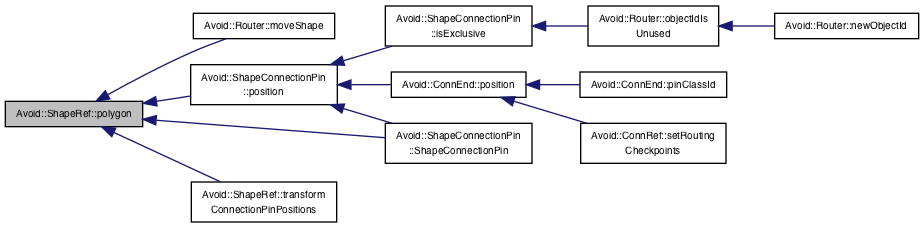
This is documentation/classAvoid_1_1ShapeRef_aa0a5e8382c7674933e09207bc6e47564_icgraph.png from mjwybrow/adaptagrams, a Graphviz export, as it was before one commit. Its source is kept beside it as documentation/classAvoid_1_1ShapeRef_aa0a5e8382c7674933e09207bc6e47564_icgraph.dot.
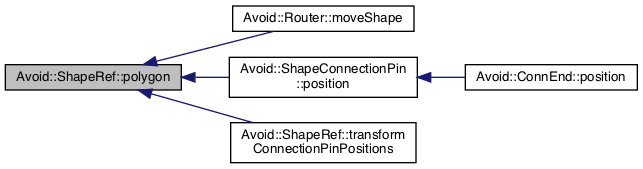
After the commit.

What changed in the source:
```diff
@@ -3,26 +3,13 @@
   edge [fontname="Helvetica",fontsize="10",labelfontname="Helvetica",labelfontsize="10"];
   node [fontname="Helvetica",fontsize="10",shape=record];
   rankdir="LR";
-  Node6 [label="Avoid::ShapeRef::polygon",height=0.2,width=0.4,color="black", fillcolor="grey75", style="filled", fontcolor="black"];
-  Node6 -> Node7 [dir="back",color="midnightblue",fontsize="10",style="solid",fontname="Helvetica"];
-  Node7 [label="Avoid::Router::moveShape",height=0.2,width=0.4,color="black", fillcolor="white", style="filled",URL="$classAvoid_1_1Router.html#ac171735c187b3e0ea8f03fda4424fd4f",tooltip="Move an existing shape within the router scene by a relative distance. "];
-  Node6 -> Node8 [dir="back",color="midnightblue",fontsize="10",style="solid",fontname="Helvetica"];
-  Node8 [label="Avoid::ShapeConnectionPin\l::position",height=0.2,width=0.4,color="black", fillcolor="white", style="filled",URL="$classAvoid_1_1ShapeConnectionPin.html#a68fb685af93fee972b116334b0d314fa",tooltip="Returns the position of this connection pin. "];
-  Node8 -> Node9 [dir="back",color="midnightblue",fontsize="10",style="solid",fontname="Helvetica"];
-  Node9 [label="Avoid::ShapeConnectionPin\l::isExclusive",height=0.2,width=0.4,color="black", fillcolor="white", style="filled",URL="$classAvoid_1_1ShapeConnectionPin.html#adac2cb72fa0d78dd8cb77b292519bd6c",tooltip="Returns whether the connection pin is exclusive, i.e., only one connector can attach to it..."];
-  Node9 -> Node10 [dir="back",color="midnightblue",fontsize="10",style="solid",fontname="Helvetica"];
-  Node10 [label="Avoid::Router::objectIdIs\lUnused",height=0.2,width=0.4,color="black", fillcolor="white", style="filled",URL="$classAvoid_1_1Router.html#a8f36729c98e13e57d2c56c0d1facf86c",tooltip="Returns whether or not the given ID is already used. "];
-  Node10 -> Node11 [dir="back",color="midnightblue",fontsize="10",style="solid",fontname="Helvetica"];
-  Node11 [label="Avoid::Router::newObjectId",height=0.2,width=0.4,color="black", fillcolor="white", style="filled",URL="$classAvoid_1_1Router.html#a202c28fcb04f7af2183fe6849b4ce2f3",tooltip="Returns the object ID used for automatically generated objects, such as during hyperedge routing..."];
-  Node8 -> Node12 [dir="back",color="midnightblue",fontsize="10",style="solid",fontname="Helvetica"];
-  Node12 [label="Avoid::ConnEnd::position",height=0.2,width=0.4,color="black", fillcolor="white", style="filled",URL="$classAvoid_1_1ConnEnd.html#a351619dda450b525bedec4667edee9d7",tooltip="Returns the position of this connector endpoint. "];
-  Node12 -> Node13 [dir="back",color="midnightblue",fontsize="10",style="solid",fontname="Helvetica"];
-  Node13 [label="Avoid::ConnEnd::pinClassId",height=0.2,width=0.4,color="black", fillcolor="white", style="filled",URL="$classAvoid_1_1ConnEnd.html#a31f741b5d8a86e0a8c4803475c674e8b",tooltip="Returns the pin class ID for a ConnEnd attached to a shape. "];
-  Node12 -> Node14 [dir="back",color="midnightblue",fontsize="10",style="solid",fontname="Helvetica"];
-  Node14 [label="Avoid::ConnRef::setRouting\lCheckpoints",height=0.2,width=0.4,color="black", fillcolor="white", style="filled",URL="$classAvoid_1_1ConnRef.html#a7fc22448cc52a1b060f62bcc00d1bb93",tooltip="Allows the user to specify a set of checkpoints that this connector will route via. "];
-  Node8 -> Node15 [dir="back",color="midnightblue",fontsize="10",style="solid",fontname="Helvetica"];
-  Node15 [label="Avoid::ShapeConnectionPin\l::ShapeConnectionPin",height=0.2,width=0.4,color="black", fillcolor="white", style="filled",URL="$classAvoid_1_1ShapeConnectionPin.html#ae267734eb3641c366595b488d21e4784",tooltip="Constructs a ShapeConnectionPin at a specified absolute or proportional position relative to the pare..."];
-  Node6 -> Node15 [dir="back",color="midnightblue",fontsize="10",style="solid",fontname="Helvetica"];
-  Node6 -> Node16 [dir="back",color="midnightblue",fontsize="10",style="solid",fontname="Helvetica"];
-  Node16 [label="Avoid::ShapeRef::transform\lConnectionPinPositions",height=0.2,width=0.4,color="black", fillcolor="white", style="filled",URL="$classAvoid_1_1ShapeRef.html#a27cc39cd041b6358705481f1f00066bf",tooltip="Adjusts all of the shape&#39;s connection pin positions and visibility directions for a given transformat..."];
+  Node5 [label="Avoid::ShapeRef::polygon",height=0.2,width=0.4,color="black", fillcolor="grey75", style="filled", fontcolor="black"];
+  Node5 -> Node6 [dir="back",color="midnightblue",fontsize="10",style="solid",fontname="Helvetica"];
+  Node6 [label="Avoid::Router::moveShape",height=0.2,width=0.4,color="black", fillcolor="white", style="filled",URL="$classAvoid_1_1Router.html#ac171735c187b3e0ea8f03fda4424fd4f",tooltip="Move an existing shape within the router scene by a relative distance. "];
+  Node5 -> Node7 [dir="back",color="midnightblue",fontsize="10",style="solid",fontname="Helvetica"];
+  Node7 [label="Avoid::ShapeConnectionPin\l::position",height=0.2,width=0.4,color="black", fillcolor="white", style="filled",URL="$classAvoid_1_1ShapeConnectionPin.html#a68fb685af93fee972b116334b0d314fa",tooltip="Returns the position of this connection pin. "];
+  Node7 -> Node8 [dir="back",color="midnightblue",fontsize="10",style="solid",fontname="Helvetica"];
+  Node8 [label="Avoid::ConnEnd::position",height=0.2,width=0.4,color="black", fillcolor="white", style="filled",URL="$classAvoid_1_1ConnEnd.html#a351619dda450b525bedec4667edee9d7",tooltip="Returns the position of this connector endpoint. "];
+  Node5 -> Node9 [dir="back",color="midnightblue",fontsize="10",style="solid",fontname="Helvetica"];
+  Node9 [label="Avoid::ShapeRef::transform\lConnectionPinPositions",height=0.2,width=0.4,color="black", fillcolor="white", style="filled",URL="$classAvoid_1_1ShapeRef.html#a27cc39cd041b6358705481f1f00066bf",tooltip="Adjusts all of the shape&#39;s connection pin positions and visibility directions for a given transformat..."];
 }
```
